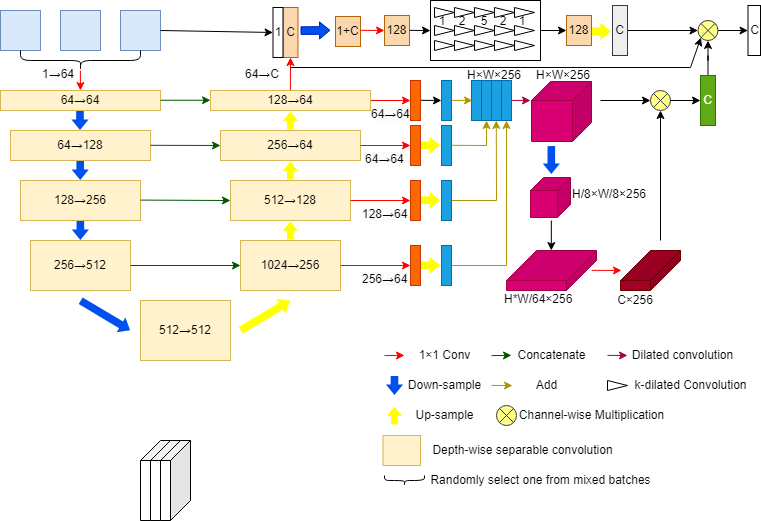
Above: test.drawio.png in DemonH-p/self-study (draw.io), before the change. Source tidied: cells renumbered, new cells last; positions are measured from the earlier drawing's top-left corner, leaving out a move shared by most shapes.
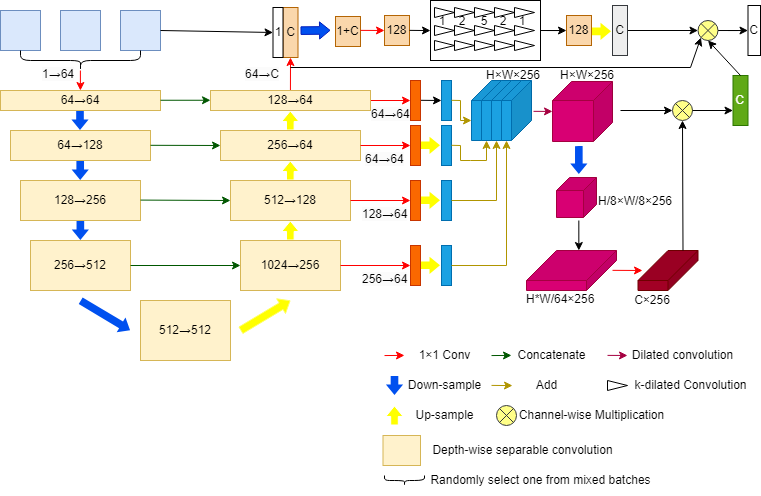
Later version of the same file.

Change to the diagram source:
```diff
@@ -222,40 +222,34 @@
         <mxPoint x="441" y="100" as="targetPoint" />
       </mxGeometry>
     </mxCell>
-    <mxCell id="47" style="rounded=0;whiteSpace=wrap;html=1;fillColor=#1ba1e2;fontColor=#ffffff;strokeColor=#006EAF;" parent="1" vertex="1">
-      <mxGeometry x="471" y="80" width="10" height="40" as="geometry" />
-    </mxCell>
-    <mxCell id="48" style="rounded=0;whiteSpace=wrap;html=1;fillColor=#1ba1e2;fontColor=#ffffff;strokeColor=#006EAF;" parent="1" vertex="1">
-      <mxGeometry x="481" y="80" width="10" height="40" as="geometry" />
-    </mxCell>
-    <mxCell id="49" style="rounded=0;whiteSpace=wrap;html=1;fillColor=#1ba1e2;fontColor=#ffffff;strokeColor=#006EAF;" parent="1" vertex="1">
-      <mxGeometry x="491" y="80" width="10" height="40" as="geometry" />
-    </mxCell>
-    <mxCell id="50" style="rounded=0;whiteSpace=wrap;html=1;fillColor=#1ba1e2;fontColor=#ffffff;strokeColor=#006EAF;" parent="1" vertex="1">
-      <mxGeometry x="501" y="80" width="10" height="40" as="geometry" />
-    </mxCell>
-    <mxCell id="51" style="endArrow=classic;html=1;rounded=0;fillColor=#e3c800;strokeColor=#B09500;" parent="1" edge="1">
+    <mxCell id="51" style="endArrow=classic;html=1;rounded=0;fillColor=#e3c800;strokeColor=#B09500;entryX=0;entryY=0;entryDx=30;entryDy=40;entryPerimeter=0;" parent="1" edge="1" target="143">
       <mxGeometry relative="1" as="geometry">
         <mxPoint x="451" y="99.8" as="sourcePoint" />
-        <mxPoint x="472" y="100" as="targetPoint" />
+        <Array as="points">
+          <mxPoint x="460" y="100" />
+          <mxPoint x="460" y="120" />
+        </Array>
       </mxGeometry>
     </mxCell>
-    <mxCell id="52" style="endArrow=classic;html=1;rounded=0;fillColor=#e3c800;strokeColor=#B09500;entryX=0.5;entryY=1;entryDx=0;entryDy=0;" parent="1" edge="1" target="48">
+    <mxCell id="52" style="endArrow=classic;html=1;rounded=0;fillColor=#e3c800;strokeColor=#B09500;entryX=0;entryY=0;entryDx=25;entryDy=60;entryPerimeter=0;" parent="1" edge="1" target="144">
       <mxGeometry relative="1" as="geometry">
         <mxPoint x="451" y="144.8" as="sourcePoint" />
         <Array as="points">
-          <mxPoint x="486" y="145" />
+          <mxPoint x="460" y="145" />
+          <mxPoint x="460" y="160" />
+          <mxPoint x="470" y="160" />
+          <mxPoint x="486" y="160" />
         </Array>
       </mxGeometry>
     </mxCell>
-    <mxCell id="53" style="endArrow=classic;html=1;rounded=0;fillColor=#e3c800;strokeColor=#B09500;entryX=0.477;entryY=1;entryDx=0;entryDy=0;entryPerimeter=0;exitX=1;exitY=0.5;exitDx=0;exitDy=0;" parent="1" edge="1" source="42" target="49">
+    <mxCell id="53" style="endArrow=classic;html=1;rounded=0;fillColor=#e3c800;strokeColor=#B09500;entryX=0;entryY=0;entryDx=25;entryDy=60;entryPerimeter=0;exitX=1;exitY=0.5;exitDx=0;exitDy=0;" parent="1" edge="1" source="42" target="145">
       <mxGeometry relative="1" as="geometry">
         <Array as="points">
           <mxPoint x="496" y="200" />
         </Array>
       </mxGeometry>
     </mxCell>
-    <mxCell id="54" style="endArrow=classic;html=1;rounded=0;fillColor=#e3c800;strokeColor=#B09500;entryX=0.5;entryY=1;entryDx=0;entryDy=0;exitX=1;exitY=0.5;exitDx=0;exitDy=0;" parent="1" edge="1" source="44" target="50">
+    <mxCell id="54" style="endArrow=classic;html=1;rounded=0;fillColor=#e3c800;strokeColor=#B09500;entryX=0;entryY=0;entryDx=25;entryDy=60;exitX=1;exitY=0.5;exitDx=0;exitDy=0;entryPerimeter=0;" parent="1" edge="1" source="44" target="146">
       <mxGeometry relative="1" as="geometry">
         <Array as="points">
           <mxPoint x="506" y="265" />
@@ -264,8 +258,8 @@
     </mxCell>
     <mxCell id="55" style="endArrow=classic;html=1;rounded=0;fillColor=#d80073;strokeColor=#A50040;" parent="1" edge="1">
       <mxGeometry relative="1" as="geometry">
-        <mxPoint x="511" y="99.9" as="sourcePoint" />
-        <mxPoint x="530" y="100" as="targetPoint" />
+        <mxPoint x="533" y="110.8" as="sourcePoint" />
+        <mxPoint x="552" y="110.9" as="targetPoint" />
       </mxGeometry>
     </mxCell>
     <mxCell id="56" value="&lt;span style=&quot;color: rgb(0, 0, 0); font-family: Helvetica; font-size: 12px; font-style: normal; font-variant-ligatures: normal; font-variant-caps: normal; font-weight: 400; letter-spacing: normal; orphans: 2; text-align: center; text-indent: 0px; text-transform: none; widows: 2; word-spacing: 0px; -webkit-text-stroke-width: 0px; background-color: rgb(251, 251, 251); text-decoration-thickness: initial; text-decoration-style: initial; text-decoration-color: initial; float: none; display: inline !important;&quot;&gt;1→64&lt;/span&gt;" style="text;whiteSpace=wrap;html=1;" parent="1" vertex="1">
@@ -308,25 +302,25 @@
       <mxGeometry x="404" y="400" width="80" height="30" as="geometry" />
     </mxCell>
     <mxCell id="64" style="shape=cube;whiteSpace=wrap;html=1;boundedLbl=1;backgroundOutline=1;darkOpacity=0.05;darkOpacity2=0.1;flipH=1;size=30;fillColor=#d80073;strokeColor=#A50040;fontColor=#ffffff;" parent="1" vertex="1">
-      <mxGeometry x="506" y="250" width="90" height="40" as="geometry" />
+      <mxGeometry x="526" y="250" width="90" height="40" as="geometry" />
     </mxCell>
     <mxCell id="65" value="&lt;p style=&quot;line-height: 120%; font-size: 11px;&quot;&gt;&lt;br&gt;&lt;/p&gt;" style="shape=cube;whiteSpace=wrap;html=1;boundedLbl=1;backgroundOutline=1;darkOpacity=0.05;darkOpacity2=0.1;flipH=1;size=30;align=center;fillColor=#a20025;fontColor=#ffffff;strokeColor=#6F0000;" parent="1" vertex="1">
-      <mxGeometry x="620" y="250" width="60" height="40" as="geometry" />
+      <mxGeometry x="637.5" y="250" width="60" height="40" as="geometry" />
     </mxCell>
     <mxCell id="66" style="endArrow=classic;html=1;rounded=0;fillColor=#e51400;strokeColor=#000000;" parent="1" edge="1">
       <mxGeometry relative="1" as="geometry">
-        <mxPoint x="550.8" y="220" as="sourcePoint" />
-        <mxPoint x="550.8" y="250" as="targetPoint" />
+        <mxPoint x="578.3" y="220" as="sourcePoint" />
+        <mxPoint x="578.3" y="250" as="targetPoint" />
       </mxGeometry>
     </mxCell>
     <mxCell id="67" style="endArrow=classic;html=1;rounded=0;fillColor=#e51400;strokeColor=#ff0000;" parent="1" edge="1">
       <mxGeometry relative="1" as="geometry">
-        <mxPoint x="591" y="269.8" as="sourcePoint" />
-        <mxPoint x="621" y="270" as="targetPoint" />
+        <mxPoint x="612" y="269.8" as="sourcePoint" />
+        <mxPoint x="642" y="270" as="targetPoint" />
       </mxGeometry>
     </mxCell>
     <mxCell id="68" value="&lt;p&gt;&lt;font style=&quot;font-size: 11px;&quot;&gt;C×256&lt;/font&gt;&lt;/p&gt;" style="text;html=1;strokeColor=none;fillColor=none;align=center;verticalAlign=middle;whiteSpace=wrap;rounded=0;" parent="1" vertex="1">
-      <mxGeometry x="620" y="295" width="30" height="10" as="geometry" />
+      <mxGeometry x="637.5" y="295" width="30" height="10" as="geometry" />
     </mxCell>
     <mxCell id="69" style="endArrow=classic;html=1;rounded=0;fillColor=#008a00;strokeColor=#005700;" parent="1" edge="1">
       <mxGeometry relative="1" as="geometry">
@@ -362,7 +356,7 @@
       <mxGeometry x="360" y="265" width="41" height="20" as="geometry" />
     </mxCell>
     <mxCell id="78" value="&lt;span style=&quot;border-color: var(--border-color); color: rgb(0, 0, 0); font-family: Helvetica; font-size: 11px; font-style: normal; font-variant-ligatures: normal; font-variant-caps: normal; font-weight: 400; letter-spacing: normal; orphans: 2; text-align: center; text-indent: 0px; text-transform: none; widows: 2; word-spacing: 0px; -webkit-text-stroke-width: 0px; background-color: initial; text-decoration-thickness: initial; text-decoration-style: initial; text-decoration-color: initial;&quot;&gt;H×W×256&lt;/span&gt;" style="text;whiteSpace=wrap;html=1;" parent="1" vertex="1">
-      <mxGeometry x="465" y="61" width="54" height="20" as="geometry" />
+      <mxGeometry x="484" y="61" width="54" height="20" as="geometry" />
     </mxCell>
     <mxCell id="79" style="endArrow=classic;html=1;rounded=0;fillColor=#d80073;strokeColor=#A50040;" parent="1" edge="1">
       <mxGeometry relative="1" as="geometry">
@@ -374,26 +368,20 @@
       <mxGeometry x="622" y="340" width="120" height="30" as="geometry" />
     </mxCell>
     <mxCell id="81" value="&lt;span style=&quot;border-color: var(--border-color); color: rgb(0, 0, 0); font-family: Helvetica; font-size: 11px; font-style: normal; font-variant-ligatures: normal; font-variant-caps: normal; font-weight: 400; letter-spacing: normal; orphans: 2; text-align: center; text-indent: 0px; text-transform: none; widows: 2; word-spacing: 0px; -webkit-text-stroke-width: 0px; background-color: initial; text-decoration-thickness: initial; text-decoration-style: initial; text-decoration-color: initial;&quot;&gt;H×W×256&lt;/span&gt;" style="text;whiteSpace=wrap;html=1;" parent="1" vertex="1">
-      <mxGeometry x="534" y="61" width="54" height="20" as="geometry" />
+      <mxGeometry x="558" y="61" width="54" height="20" as="geometry" />
     </mxCell>
-    <mxCell id="82" value="&lt;span style=&quot;border-color: var(--border-color); color: rgb(0, 0, 0); font-family: Helvetica; font-size: 11px; font-style: normal; font-variant-ligatures: normal; font-variant-caps: normal; font-weight: 400; letter-spacing: normal; orphans: 2; text-align: center; text-indent: 0px; text-transform: none; widows: 2; word-spacing: 0px; -webkit-text-stroke-width: 0px; background-color: initial; text-decoration-thickness: initial; text-decoration-style: initial; text-decoration-color: initial;&quot;&gt;H/8×W/8×256&lt;/span&gt;" style="text;whiteSpace=wrap;html=1;" parent="1" vertex="1">
-      <mxGeometry x="570" y="180" width="74" height="20" as="geometry" />
-    </mxCell>
     <mxCell id="83" value="&lt;span style=&quot;border-color: var(--border-color); color: rgb(0, 0, 0); font-family: Helvetica; font-size: 11px; font-style: normal; font-variant-ligatures: normal; font-variant-caps: normal; font-weight: 400; letter-spacing: normal; orphans: 2; text-align: center; text-indent: 0px; text-transform: none; widows: 2; word-spacing: 0px; -webkit-text-stroke-width: 0px; background-color: initial; text-decoration-thickness: initial; text-decoration-style: initial; text-decoration-color: initial;&quot;&gt;H*W/64×256&lt;/span&gt;" style="text;whiteSpace=wrap;html=1;" parent="1" vertex="1">
-      <mxGeometry x="502" y="285" width="74" height="20" as="geometry" />
+      <mxGeometry x="524" y="285" width="74" height="20" as="geometry" />
     </mxCell>
     <mxCell id="84" style="shape=sumEllipse;perimeter=ellipsePerimeter;whiteSpace=wrap;html=1;backgroundOutline=1;fillColor=#ffff88;strokeColor=#36393d;" parent="1" vertex="1">
-      <mxGeometry x="650" y="90" width="20" height="20" as="geometry" />
+      <mxGeometry x="672" y="100" width="20" height="20" as="geometry" />
     </mxCell>
-    <mxCell id="85" style="endArrow=classic;html=1;rounded=0;fillColor=#e51400;strokeColor=#000000;entryX=0.5;entryY=1;entryDx=0;entryDy=0;" parent="1" edge="1" target="84">
-      <mxGeometry relative="1" as="geometry">
-        <mxPoint x="660" y="240" as="sourcePoint" />
-      </mxGeometry>
+    <mxCell id="85" style="endArrow=classic;html=1;rounded=0;fillColor=#e51400;strokeColor=#000000;entryX=0.5;entryY=1;entryDx=0;entryDy=0;exitX=0;exitY=0;exitDx=15;exitDy=0;exitPerimeter=0;" parent="1" edge="1" source="65" target="84">
+      <mxGeometry relative="1" as="geometry" />
     </mxCell>
-    <mxCell id="86" style="endArrow=classic;html=1;rounded=0;fillColor=#e51400;strokeColor=#000000;exitX=1;exitY=0.5;exitDx=0;exitDy=0;" parent="1" edge="1">
+    <mxCell id="86" style="endArrow=classic;html=1;rounded=0;fillColor=#e51400;strokeColor=#000000;entryX=0;entryY=0.5;entryDx=0;entryDy=0;exitX=1;exitY=0.5;exitDx=0;exitDy=0;" parent="1" edge="1" source="84">
       <mxGeometry relative="1" as="geometry">
-        <mxPoint x="670" y="100" as="sourcePoint" />
-        <mxPoint x="700" y="100" as="targetPoint" />
+        <mxPoint x="732.5" y="110" as="targetPoint" />
       </mxGeometry>
     </mxCell>
     <mxCell id="87" style="group;" parent="1" vertex="1">
@@ -477,11 +465,8 @@
     <mxCell id="113" value="C" style="rounded=0;whiteSpace=wrap;html=1;fillColor=#eeeeee;strokeColor=#36393d;" parent="1" vertex="1">
       <mxGeometry x="612" y="5" width="15" height="50" as="geometry" />
     </mxCell>
-    <mxCell id="114" style="edgeStyle=orthogonalEdgeStyle;rounded=0;jettySize=auto;html=1;" parent="1" edge="1" source="115" target="118">
-      <mxGeometry relative="1" as="geometry" />
-    </mxCell>
     <mxCell id="115" value="C" style="rounded=0;whiteSpace=wrap;html=1;fillColor=#60a917;strokeColor=#2D7600;fontColor=#ffffff;" parent="1" vertex="1">
-      <mxGeometry x="700" y="75" width="15" height="50" as="geometry" />
+      <mxGeometry x="732.5" y="75" width="15" height="50" as="geometry" />
     </mxCell>
     <mxCell id="116" style="endArrow=classic;html=1;rounded=0;fillColor=#e51400;strokeColor=#000000;entryX=0;entryY=1;entryDx=0;entryDy=0;" parent="1" edge="1" target="118">
       <mxGeometry relative="1" as="geometry">
@@ -561,11 +546,11 @@
     </mxCell>
     <mxCell id="134" style="shape=flexArrow;endArrow=classic;html=1;rounded=0;fillColor=#0050ef;strokeColor=none;endWidth=8.571428571428571;endSize=3.157142857142857;width=7.619047619047619;" parent="1" edge="1">
       <mxGeometry relative="1" as="geometry">
-        <mxPoint x="550.8" y="145" as="sourcePoint" />
-        <mxPoint x="550.8" y="174" as="targetPoint" />
+        <mxPoint x="578.3" y="145" as="sourcePoint" />
+        <mxPoint x="578.3" y="174" as="targetPoint" />
         <Array as="points">
-          <mxPoint x="551.2" y="155" />
-          <mxPoint x="550.8" y="145" />
+          <mxPoint x="578.7" y="155" />
+          <mxPoint x="578.3" y="145" />
         </Array>
       </mxGeometry>
     </mxCell>
@@ -575,26 +560,34 @@
     <mxCell id="136" value="Randomly select one from mixed batches" style="text;html=1;align=center;verticalAlign=middle;strokeColor=none;fillColor=none;" parent="1" vertex="1">
       <mxGeometry x="420" y="465" width="240" height="30" as="geometry" />
     </mxCell>
-    <mxCell id="137" style="shape=cube;whiteSpace=wrap;html=1;boundedLbl=1;backgroundOutline=1;darkOpacity=0.05;darkOpacity2=0.1;flipH=1;flipV=0;" parent="1" vertex="1">
-      <mxGeometry x="140" y="440" width="30" height="80" as="geometry" />
-    </mxCell>
-    <mxCell id="138" style="shape=cube;whiteSpace=wrap;html=1;boundedLbl=1;backgroundOutline=1;darkOpacity=0.05;darkOpacity2=0.1;flipH=1;flipV=0;" parent="1" vertex="1">
-      <mxGeometry x="150" y="440" width="30" height="80" as="geometry" />
-    </mxCell>
-    <mxCell id="139" style="shape=cube;whiteSpace=wrap;html=1;boundedLbl=1;backgroundOutline=1;darkOpacity=0.05;darkOpacity2=0.1;flipH=1;flipV=0;" parent="1" vertex="1">
-      <mxGeometry x="160" y="440" width="30" height="80" as="geometry" />
-    </mxCell>
     <mxCell id="140" style="shape=cube;whiteSpace=wrap;html=1;boundedLbl=1;backgroundOutline=1;darkOpacity=0.05;darkOpacity2=0.1;flipH=1;flipV=0;size=19;fillColor=#d80073;fontColor=#ffffff;strokeColor=#A50040;" parent="1" vertex="1">
-      <mxGeometry x="531" y="81" width="60" height="60" as="geometry" />
+      <mxGeometry x="552" y="81" width="60" height="60" as="geometry" />
     </mxCell>
     <mxCell id="141" style="shape=cube;whiteSpace=wrap;html=1;boundedLbl=1;backgroundOutline=1;darkOpacity=0.05;darkOpacity2=0.1;flipH=1;flipV=0;size=13;fillColor=#d80073;fontColor=#ffffff;strokeColor=#A50040;" parent="1" vertex="1">
-      <mxGeometry x="530" y="177" width="40" height="40" as="geometry" />
+      <mxGeometry x="556" y="177" width="40" height="40" as="geometry" />
     </mxCell>
-    <mxCell id="142" style="endArrow=classic;html=1;rounded=0;fillColor=#e51400;strokeColor=#000000;" parent="1" edge="1">
+    <mxCell id="142" style="endArrow=classic;html=1;rounded=0;fillColor=#e51400;strokeColor=#000000;entryX=0;entryY=0.5;entryDx=0;entryDy=0;" parent="1" edge="1" target="84">
       <mxGeometry relative="1" as="geometry">
-        <mxPoint x="600" y="100" as="sourcePoint" />
-        <mxPoint x="650" y="100" as="targetPoint" />
+        <mxPoint x="620" y="110" as="sourcePoint" />
       </mxGeometry>
     </mxCell>
+    <mxCell id="143" style="shape=cube;whiteSpace=wrap;html=1;boundedLbl=1;backgroundOutline=1;darkOpacity=0.05;darkOpacity2=0.1;flipH=1;flipV=0;fillColor=#1ba1e2;fontColor=#ffffff;strokeColor=#006EAF;" parent="1" vertex="1">
+      <mxGeometry x="471" y="80" width="30" height="60" as="geometry" />
+    </mxCell>
+    <mxCell id="144" style="shape=cube;whiteSpace=wrap;html=1;boundedLbl=1;backgroundOutline=1;darkOpacity=0.05;darkOpacity2=0.1;flipH=1;flipV=0;fillColor=#1ba1e2;fontColor=#ffffff;strokeColor=#006EAF;" parent="1" vertex="1">
+      <mxGeometry x="481" y="80" width="30" height="60" as="geometry" />
+    </mxCell>
+    <mxCell id="145" style="shape=cube;whiteSpace=wrap;html=1;boundedLbl=1;backgroundOutline=1;darkOpacity=0.05;darkOpacity2=0.1;flipH=1;flipV=0;fillColor=#1ba1e2;fontColor=#ffffff;strokeColor=#006EAF;" parent="1" vertex="1">
+      <mxGeometry x="491" y="80" width="30" height="60" as="geometry" />
+    </mxCell>
+    <mxCell id="146" style="shape=cube;whiteSpace=wrap;html=1;boundedLbl=1;backgroundOutline=1;darkOpacity=0.05;darkOpacity2=0.1;flipH=1;flipV=0;fillColor=#1ba1e2;fontColor=#ffffff;strokeColor=#006EAF;" parent="1" vertex="1">
+      <mxGeometry x="501" y="80" width="30" height="60" as="geometry" />
+    </mxCell>
+    <mxCell id="82" value="&lt;span style=&quot;border-color: var(--border-color); color: rgb(0, 0, 0); font-family: Helvetica; font-size: 11px; font-style: normal; font-variant-ligatures: normal; font-variant-caps: normal; font-weight: 400; letter-spacing: normal; orphans: 2; text-align: center; text-indent: 0px; text-transform: none; widows: 2; word-spacing: 0px; -webkit-text-stroke-width: 0px; background-color: initial; text-decoration-thickness: initial; text-decoration-style: initial; text-decoration-color: initial;&quot;&gt;H/8×W/8×256&lt;/span&gt;" style="text;whiteSpace=wrap;html=1;" parent="1" vertex="1">
+      <mxGeometry x="596" y="187" width="74" height="20" as="geometry" />
+    </mxCell>
+    <mxCell id="114" style="endArrow=classic;html=1;rounded=0;exitX=0.5;exitY=0;exitDx=0;exitDy=0;entryX=0.5;entryY=1;entryDx=0;entryDy=0;" parent="1" edge="1" source="115" target="118">
+      <mxGeometry relative="1" as="geometry" />
+    </mxCell>
   </root>
 </mxGraphModel>
```
